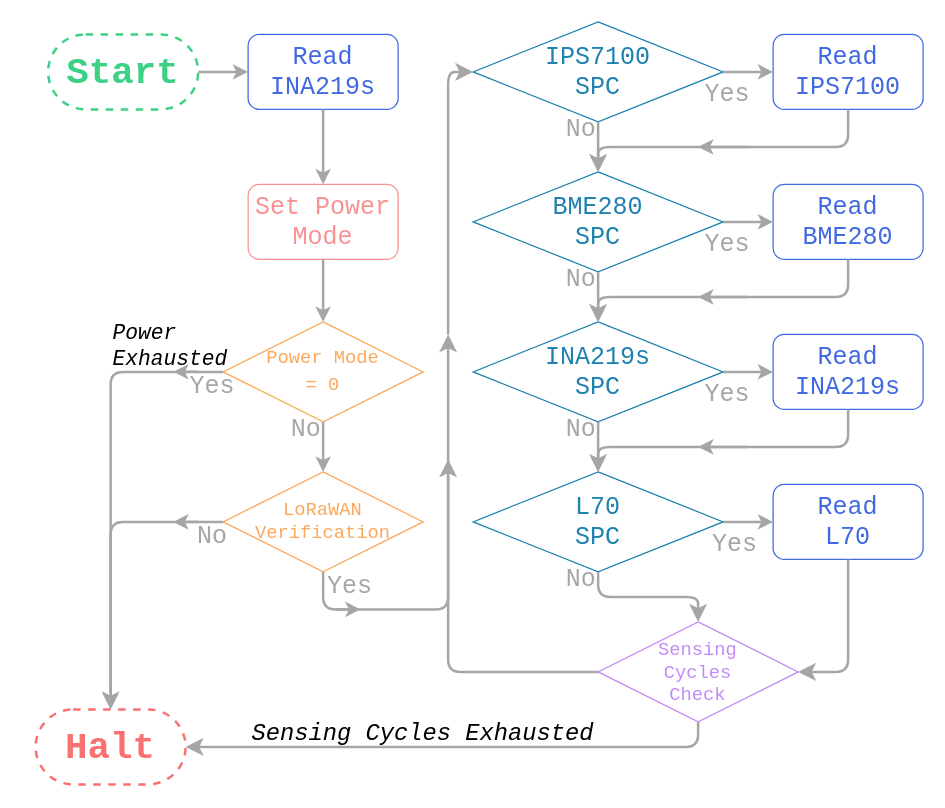
mi3nts/LoRaWANNodes keeps this draw.io diagram as resources/Operation.drawio. Above is the earlier version. Source tidied: cells renumbered, new cells numbered last; positions are measured from the earlier drawing's top-left corner, leaving out a move shared by most shapes. Both pictures are drawn from the tidied source at 125%, with x=0, y=0 at pixel (35, 21).
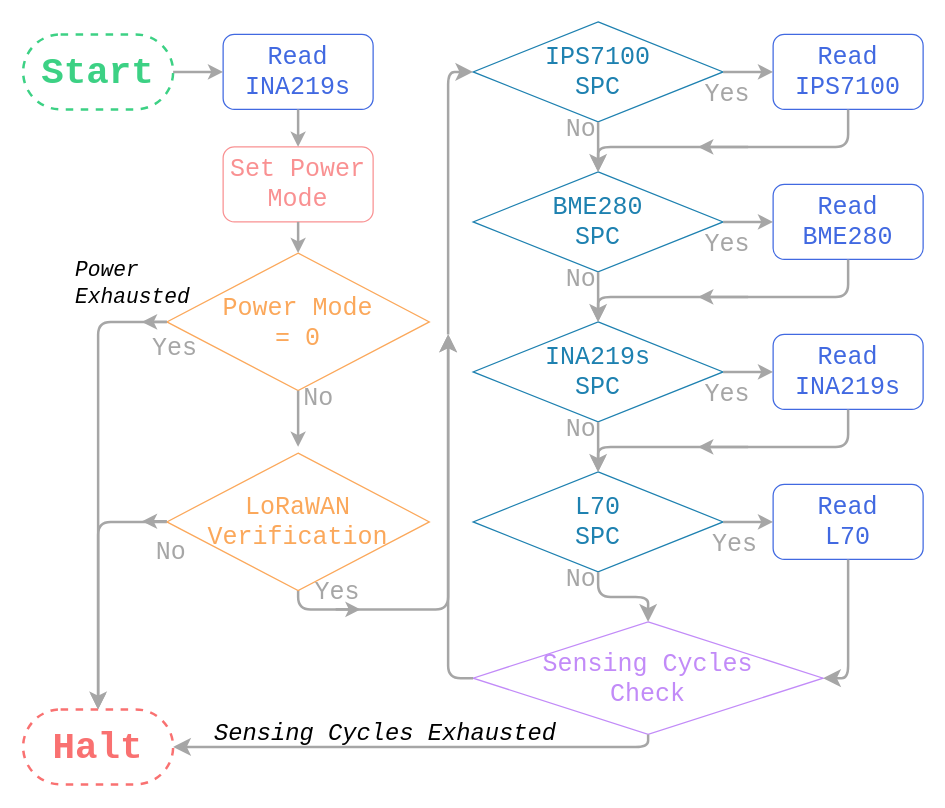
The same page after the edit.

Unchanged cells that the change refers to:
```xml
<mxCell id="25" value="&lt;font color=&quot;#4169e1&quot; face=&quot;Courier New&quot; style=&quot;font-size: 20px;&quot;&gt;Read&lt;/font&gt;&lt;div&gt;&lt;font color=&quot;#4169e1&quot; face=&quot;Courier New&quot; style=&quot;font-size: 20px;&quot;&gt;L70&lt;/font&gt;&lt;/div&gt;" style="rounded=1;whiteSpace=wrap;html=1;strokeColor=#4169E1;" parent="1" vertex="1">
  <mxGeometry x="590" y="370" width="120" height="60" as="geometry" />
</mxCell>
```

The edit, as a diff of the source:
```diff
@@
     <mxCell id="2" value="&lt;font face=&quot;Courier New&quot; style=&quot;font-size: 20px;&quot;&gt;No&lt;/font&gt;" style="edgeLabel;html=1;align=center;verticalAlign=middle;fontColor=#A6A6A6;" parent="1" vertex="1">
-      <mxGeometry x="210" y="320" as="geometry">
+      <mxGeometry x="220" y="295" as="geometry">
         <mxPoint x="5" y="5" as="offset" />
       </mxGeometry>
     </mxCell>
@@
     <mxCell id="7" value="&lt;span style=&quot;font-family: &amp;quot;Courier New&amp;quot;; font-size: 20px;&quot;&gt;Yes&lt;/span&gt;" style="edgeLabel;html=1;align=center;verticalAlign=middle;fontColor=#A6A6A6;" parent="1" vertex="1">
-      <mxGeometry x="250" y="450" as="geometry" />
+      <mxGeometry x="240" y="455" as="geometry" />
     </mxCell>
     <mxCell id="8" value="&lt;span style=&quot;font-family: &amp;quot;Courier New&amp;quot;; font-size: 20px;&quot;&gt;No&lt;/span&gt;" style="edgeLabel;html=1;align=center;verticalAlign=middle;fontColor=#A6A6A6;" parent="1" vertex="1">
-      <mxGeometry x="140" y="410" as="geometry" />
+      <mxGeometry x="130" y="410" as="geometry">
+        <mxPoint x="-23" y="13" as="offset" />
+      </mxGeometry>
     </mxCell>
     <mxCell id="9" value="&lt;span style=&quot;font-family: &amp;quot;Courier New&amp;quot;; font-size: 20px;&quot;&gt;Yes&lt;/span&gt;" style="edgeLabel;html=1;align=center;verticalAlign=middle;fontColor=#A6A6A6;" parent="1" vertex="1">
-      <mxGeometry x="140" y="290" as="geometry" />
+      <mxGeometry x="110" y="260" as="geometry" />
     </mxCell>
@@
     <mxCell id="13" value="&lt;font color=&quot;#3cd184&quot; size=&quot;1&quot; face=&quot;Courier New&quot;&gt;&lt;b style=&quot;font-size: 30px;&quot;&gt;Start&lt;/b&gt;&lt;/font&gt;" style="rounded=1;whiteSpace=wrap;html=1;arcSize=50;strokeColor=#3CD184;dashed=1;strokeWidth=2;" parent="1" vertex="1">
-      <mxGeometry x="10" y="10" width="120" height="60" as="geometry" />
+      <mxGeometry x="-10" y="10" width="120" height="60" as="geometry" />
     </mxCell>
     <mxCell id="14" value="&lt;font color=&quot;#4169e1&quot; face=&quot;Courier New&quot; style=&quot;font-size: 20px;&quot;&gt;Read INA219s&lt;/font&gt;" style="rounded=1;whiteSpace=wrap;html=1;strokeColor=#4169E1;" parent="1" vertex="1">
-      <mxGeometry x="170" y="10" width="120" height="60" as="geometry" />
+      <mxGeometry x="150" y="10" width="120" height="60" as="geometry" />
     </mxCell>
     <mxCell id="15" value="&lt;span style=&quot;font-family: &amp;quot;Courier New&amp;quot;; font-size: 20px; background-color: rgb(255, 255, 255);&quot;&gt;&lt;font color=&quot;#f99192&quot;&gt;Set Power Mode&lt;/font&gt;&lt;/span&gt;" style="rounded=1;whiteSpace=wrap;html=1;fillColor=#FFFFFF;strokeColor=#f99192;" parent="1" vertex="1">
-      <mxGeometry x="170" y="130" width="120" height="60" as="geometry" />
+      <mxGeometry x="150" y="100" width="120" height="60" as="geometry" />
     </mxCell>
     <mxCell id="16" value="&lt;font color=&quot;#f97171&quot; size=&quot;1&quot; face=&quot;Courier New&quot;&gt;&lt;b style=&quot;font-size: 30px;&quot;&gt;Halt&lt;/b&gt;&lt;/font&gt;" style="rounded=1;whiteSpace=wrap;html=1;arcSize=50;strokeColor=#F97171;dashed=1;strokeWidth=2;" parent="1" vertex="1">
-      <mxGeometry y="550" width="120" height="60" as="geometry" />
+      <mxGeometry x="-10" y="550" width="120" height="60" as="geometry" />
     </mxCell>
-    <mxCell id="17" value="&lt;font color=&quot;#fba85b&quot; style=&quot;font-size: 16px;&quot; face=&quot;Courier New&quot;&gt;&lt;span style=&quot;font-size: 15px;&quot;&gt;Power Mode&lt;/span&gt;&lt;/font&gt;&lt;div style=&quot;font-size: 16px;&quot;&gt;&lt;font color=&quot;#fba85b&quot; style=&quot;font-size: 16px;&quot; face=&quot;Courier New&quot;&gt;&lt;span style=&quot;font-size: 15px;&quot;&gt;= 0&lt;/span&gt;&lt;/font&gt;&lt;/div&gt;" style="rhombus;whiteSpace=wrap;html=1;align=center;strokeColor=#FBA85B;" parent="1" vertex="1">
-      <mxGeometry x="150" y="240" width="160" height="80" as="geometry" />
+    <mxCell id="17" value="&lt;font style=&quot;font-size: 20px;&quot;&gt;&lt;font color=&quot;#fba85b&quot; face=&quot;Courier New&quot;&gt;Power&amp;nbsp;&lt;/font&gt;&lt;span style=&quot;color: light-dark(rgb(251, 168, 91), rgb(144, 72, 6)); font-family: &amp;quot;Courier New&amp;quot;; background-color: transparent;&quot;&gt;Mode&lt;/span&gt;&lt;/font&gt;&lt;div&gt;&lt;div style=&quot;&quot;&gt;&lt;font color=&quot;#fba85b&quot; style=&quot;font-size: 20px;&quot; face=&quot;Courier New&quot;&gt;= 0&lt;/font&gt;&lt;/div&gt;&lt;/div&gt;" style="rhombus;whiteSpace=wrap;html=1;align=center;strokeColor=#FBA85B;" parent="1" vertex="1">
+      <mxGeometry x="105" y="185" width="210" height="110" as="geometry" />
     </mxCell>
@@
-    <mxCell id="26" value="&lt;font style=&quot;font-size: 15px;&quot;&gt;&lt;font color=&quot;#c28bf8&quot; face=&quot;Courier New&quot; style=&quot;font-size: 15px;&quot;&gt;Sensing&lt;/font&gt;&lt;/font&gt;&lt;div&gt;&lt;font color=&quot;#c28bf8&quot; face=&quot;Courier New&quot;&gt;&lt;span style=&quot;font-size: 15px;&quot;&gt;Cycles&lt;/span&gt;&lt;/font&gt;&lt;/div&gt;&lt;div&gt;&lt;font color=&quot;#c28bf8&quot; face=&quot;Courier New&quot;&gt;&lt;span style=&quot;font-size: 15px;&quot;&gt;Check&lt;/span&gt;&lt;/font&gt;&lt;/div&gt;" style="rhombus;whiteSpace=wrap;html=1;align=center;strokeColor=#C28BF8;fillColor=#FFFFFF;" parent="1" vertex="1">
-      <mxGeometry x="450" y="480" width="160" height="80" as="geometry" />
+    <mxCell id="26" value="&lt;font style=&quot;font-size: 20px;&quot;&gt;&lt;font style=&quot;&quot;&gt;&lt;font color=&quot;#c28bf8&quot; face=&quot;Courier New&quot;&gt;Sensing&amp;nbsp;&lt;/font&gt;&lt;/font&gt;&lt;span style=&quot;color: light-dark(rgb(194, 139, 248), rgb(132, 84, 178)); font-family: &amp;quot;Courier New&amp;quot;; background-color: transparent;&quot;&gt;Cycles&lt;/span&gt;&lt;/font&gt;&lt;div&gt;&lt;font style=&quot;font-size: 20px;&quot; color=&quot;#c28bf8&quot; face=&quot;Courier New&quot;&gt;Check&lt;/font&gt;&lt;/div&gt;" style="rhombus;whiteSpace=wrap;html=1;align=center;strokeColor=#C28BF8;fillColor=#FFFFFF;" parent="1" vertex="1">
+      <mxGeometry x="350" y="480" width="280" height="90" as="geometry" />
     </mxCell>
-    <mxCell id="27" value="&lt;font color=&quot;#fba85b&quot; face=&quot;Courier New&quot;&gt;&lt;span style=&quot;font-size: 15px;&quot;&gt;LoRaWAN&lt;/span&gt;&lt;/font&gt;&lt;div&gt;&lt;font color=&quot;#fba85b&quot; face=&quot;Courier New&quot;&gt;&lt;span style=&quot;font-size: 15px;&quot;&gt;Verification&lt;/span&gt;&lt;/font&gt;&lt;/div&gt;" style="rhombus;whiteSpace=wrap;html=1;align=center;strokeColor=#FBA85B;" parent="1" vertex="1">
-      <mxGeometry x="150" y="360" width="160" height="80" as="geometry" />
-    </mxCell>
@@
     <mxCell id="29" style="endArrow=classic;html=1;rounded=0;exitX=0.5;exitY=1;exitDx=0;exitDy=0;entryX=0.5;entryY=0;entryDx=0;entryDy=0;fontColor=#999999;strokeColor=#A6A6A6;strokeWidth=2;" parent="1" edge="1" source="14" target="15">
-      <mxGeometry relative="1" as="geometry">
-        <Array as="points">
-          <mxPoint x="230" y="100" />
-        </Array>
-      </mxGeometry>
+      <mxGeometry relative="1" as="geometry" />
     </mxCell>
@@
     <mxCell id="31" style="endArrow=classic;html=1;rounded=1;exitX=0;exitY=0.5;exitDx=0;exitDy=0;entryX=0.5;entryY=0;entryDx=0;entryDy=0;curved=0;strokeColor=#A6A6A6;strokeWidth=2;fontColor=#666666;" parent="1" edge="1" source="27" target="16">
       <mxGeometry relative="1" as="geometry">
         <Array as="points">
-          <mxPoint x="60" y="400" />
+          <mxPoint x="50" y="400" />
+          <mxPoint x="50" y="470" />
+          <mxPoint x="50" y="510" />
         </Array>
       </mxGeometry>
     </mxCell>
-    <mxCell id="32" style="endArrow=classic;html=1;rounded=0;exitX=0.5;exitY=1;exitDx=0;exitDy=0;entryX=0.5;entryY=0;entryDx=0;entryDy=0;fontColor=#666666;strokeColor=#A6A6A6;strokeWidth=2;" parent="1" edge="1" source="17" target="27">
-      <mxGeometry relative="1" as="geometry" />
+    <mxCell id="32" style="endArrow=classic;html=1;rounded=0;exitX=0.5;exitY=1;exitDx=0;exitDy=0;fontColor=#666666;strokeColor=#A6A6A6;strokeWidth=2;" parent="1" edge="1" source="17">
+      <mxGeometry relative="1" as="geometry">
+        <mxPoint x="210" y="340" as="targetPoint" />
+      </mxGeometry>
     </mxCell>
-    <mxCell id="33" style="edgeStyle=elbowEdgeStyle;elbow=vertical;endArrow=classic;html=1;rounded=1;endSize=8;startSize=8;exitX=0.5;exitY=1;exitDx=0;exitDy=0;curved=0;fontColor=#666666;strokeColor=#A6A6A6;strokeWidth=2;" parent="1" edge="1" source="27">
+    <mxCell id="33" style="edgeStyle=elbowEdgeStyle;elbow=vertical;endArrow=classic;html=1;rounded=1;endSize=8;startSize=8;exitX=0.5;exitY=1;exitDx=0;exitDy=0;curved=0;fontColor=#666666;strokeColor=#A6A6A6;strokeWidth=2;" parent="1" edge="1">
       <mxGeometry relative="1" as="geometry">
+        <mxPoint x="210" y="440" as="sourcePoint" />
         <mxPoint x="330" y="250" as="targetPoint" />
         <Array as="points">
           <mxPoint x="280" y="470" />
         </Array>
       </mxGeometry>
     </mxCell>
@@
-    <mxCell id="35" style="edgeStyle=segmentEdgeStyle;endArrow=classic;html=1;curved=0;rounded=1;endSize=8;startSize=8;exitX=0;exitY=0.5;exitDx=0;exitDy=0;entryX=0.5;entryY=0;entryDx=0;entryDy=0;strokeColor=#A6A6A6;fontColor=#666666;strokeWidth=2;" parent="1" edge="1" source="17" target="16">
+    <mxCell id="35" style="edgeStyle=segmentEdgeStyle;endArrow=classic;html=1;curved=0;rounded=1;endSize=8;startSize=8;entryX=0.5;entryY=0;entryDx=0;entryDy=0;strokeColor=#A6A6A6;fontColor=#666666;strokeWidth=2;" parent="1" edge="1" source="17">
       <mxGeometry relative="1" as="geometry">
+        <mxPoint x="50" y="550" as="targetPoint" />
         <Array as="points">
-          <mxPoint x="60" y="280" />
+          <mxPoint x="50" y="240" />
         </Array>
       </mxGeometry>
     </mxCell>
     <mxCell id="36" style="endArrow=classic;html=1;rounded=0;strokeColor=#A6A6A6;fontColor=#666666;strokeWidth=2;" parent="1" edge="1">
       <mxGeometry relative="1" as="geometry">
-        <mxPoint x="130" y="279.9" as="sourcePoint" />
-        <mxPoint x="110" y="279.9" as="targetPoint" />
+        <mxPoint x="105" y="240" as="sourcePoint" />
+        <mxPoint x="85" y="240" as="targetPoint" />
       </mxGeometry>
     </mxCell>
-    <mxCell id="37" style="endArrow=classic;html=1;rounded=0;fontColor=#666666;strokeColor=#A6A6A6;strokeWidth=2;" parent="1" edge="1">
-      <mxGeometry relative="1" as="geometry">
-        <mxPoint x="130" y="400" as="sourcePoint" />
-        <mxPoint x="110" y="400" as="targetPoint" />
-      </mxGeometry>
-    </mxCell>
@@
     <mxCell id="52" style="edgeStyle=elbowEdgeStyle;elbow=vertical;endArrow=classic;html=1;curved=0;rounded=1;endSize=8;startSize=8;exitX=0.5;exitY=1;exitDx=0;exitDy=0;entryX=1;entryY=0.5;entryDx=0;entryDy=0;strokeColor=#A6A6A6;strokeWidth=2;fontColor=#666666;" parent="1" edge="1" source="25" target="26">
       <mxGeometry relative="1" as="geometry">
         <Array as="points">
-          <mxPoint x="630" y="520" />
+          <mxPoint x="650" y="525" />
           <mxPoint x="630" y="500" />
         </Array>
       </mxGeometry>
     </mxCell>
     <mxCell id="53" style="edgeStyle=elbowEdgeStyle;elbow=horizontal;endArrow=classic;html=1;curved=0;rounded=1;endSize=8;startSize=8;exitX=0.5;exitY=1;exitDx=0;exitDy=0;entryX=1;entryY=0.5;entryDx=0;entryDy=0;strokeColor=#A6A6A6;strokeWidth=2;fontColor=#666666;" parent="1" edge="1" source="26" target="16">
       <mxGeometry relative="1" as="geometry">
         <Array as="points">
-          <mxPoint x="530" y="580" />
+          <mxPoint x="490" y="580" />
         </Array>
       </mxGeometry>
     </mxCell>
@@
     <mxCell id="56" style="edgeStyle=segmentEdgeStyle;endArrow=classic;html=1;curved=0;rounded=1;endSize=8;startSize=8;exitX=0;exitY=0.5;exitDx=0;exitDy=0;fontColor=#666666;strokeColor=#A6A6A6;strokeWidth=2;" parent="1" edge="1" source="26">
       <mxGeometry relative="1" as="geometry">
-        <mxPoint x="330" y="350" as="targetPoint" />
+        <mxPoint x="330" y="250" as="targetPoint" />
       </mxGeometry>
     </mxCell>
     <mxCell id="57" value="&lt;font size=&quot;1&quot; face=&quot;Courier New&quot; style=&quot;&quot;&gt;&lt;i style=&quot;font-size: 19px;&quot;&gt;Sensing Cycles Exhausted&lt;/i&gt;&lt;/font&gt;" style="text;html=1;align=center;verticalAlign=middle;whiteSpace=wrap;rounded=0;" parent="1" vertex="1">
-      <mxGeometry x="150" y="560" width="320" height="20" as="geometry" />
+      <mxGeometry x="120" y="550" width="320" height="40" as="geometry" />
     </mxCell>
     <mxCell id="58" value="&lt;font face=&quot;Courier New&quot; style=&quot;font-size: 17px;&quot;&gt;&lt;i style=&quot;&quot;&gt;Power&lt;/i&gt;&lt;/font&gt;&lt;div style=&quot;font-size: 17px;&quot;&gt;&lt;font face=&quot;Courier New&quot; style=&quot;font-size: 17px;&quot;&gt;&lt;i style=&quot;&quot;&gt;Exhausted&lt;/i&gt;&lt;/font&gt;&lt;/div&gt;" style="text;html=1;align=left;verticalAlign=middle;whiteSpace=wrap;rounded=0;rotation=0;" parent="1" vertex="1">
-      <mxGeometry x="60" y="240" width="110" height="40" as="geometry" />
+      <mxGeometry x="30" y="190" width="100" height="40" as="geometry" />
     </mxCell>
+    <mxCell id="27" value="&lt;font style=&quot;color: rgb(251, 168, 91); font-size: 20px;&quot; face=&quot;Courier New&quot;&gt;LoRaWAN&lt;/font&gt;&lt;div&gt;&lt;font style=&quot;color: rgb(251, 168, 91); font-size: 20px;&quot; face=&quot;Courier New&quot;&gt;Verification&lt;/font&gt;&lt;/div&gt;" style="rhombus;whiteSpace=wrap;html=1;align=center;strokeColor=#FBA85B;" parent="1" vertex="1">
+      <mxGeometry x="105" y="345" width="210" height="110" as="geometry" />
+    </mxCell>
+    <mxCell id="59" style="endArrow=classic;html=1;rounded=0;strokeColor=#A6A6A6;fontColor=#666666;strokeWidth=2;" parent="1" edge="1">
+      <mxGeometry relative="1" as="geometry">
+        <mxPoint x="105" y="399.5" as="sourcePoint" />
+        <mxPoint x="85" y="399.5" as="targetPoint" />
+      </mxGeometry>
+    </mxCell>
```
